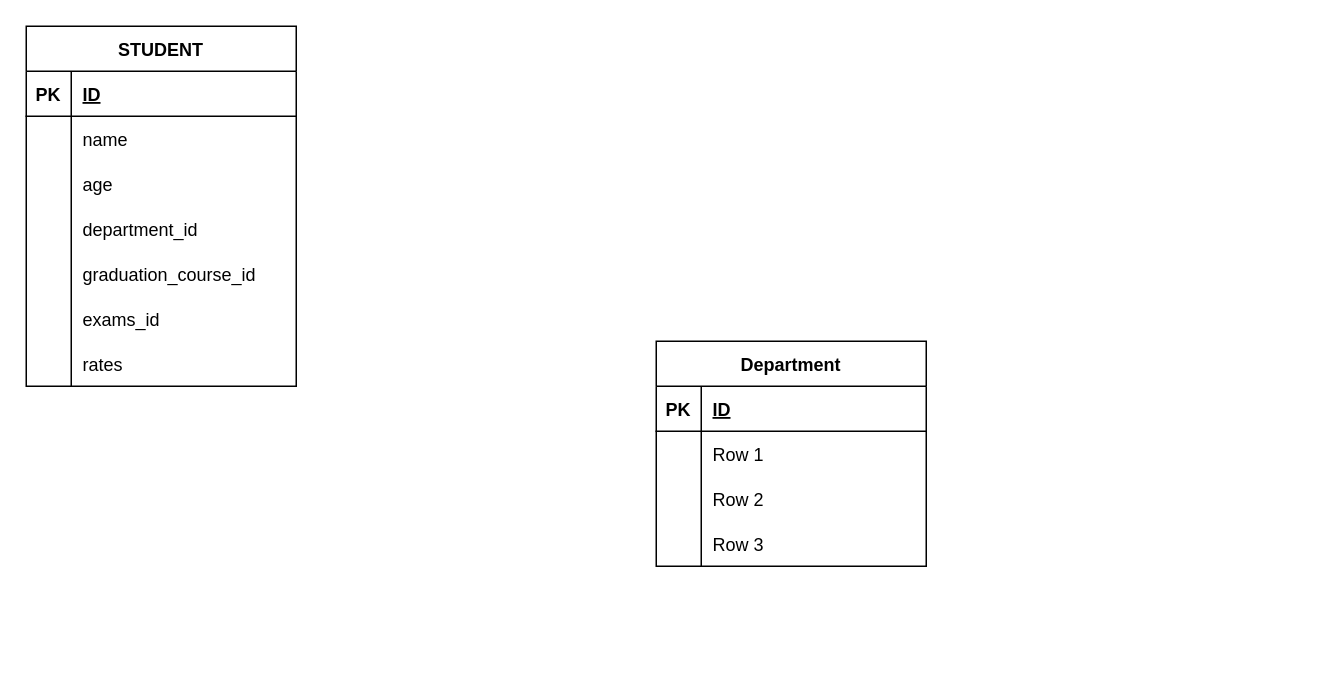
The draw.io diagram ex.drawio in feffe17/db-university, before the edit. Source tidied: cells renumbered, new cells numbered last; positions are measured from the earlier drawing's top-left corner, leaving out a move shared by most shapes. Both pictures are drawn from the tidied source at 150%, with x=0, y=0 at pixel (26, 26).
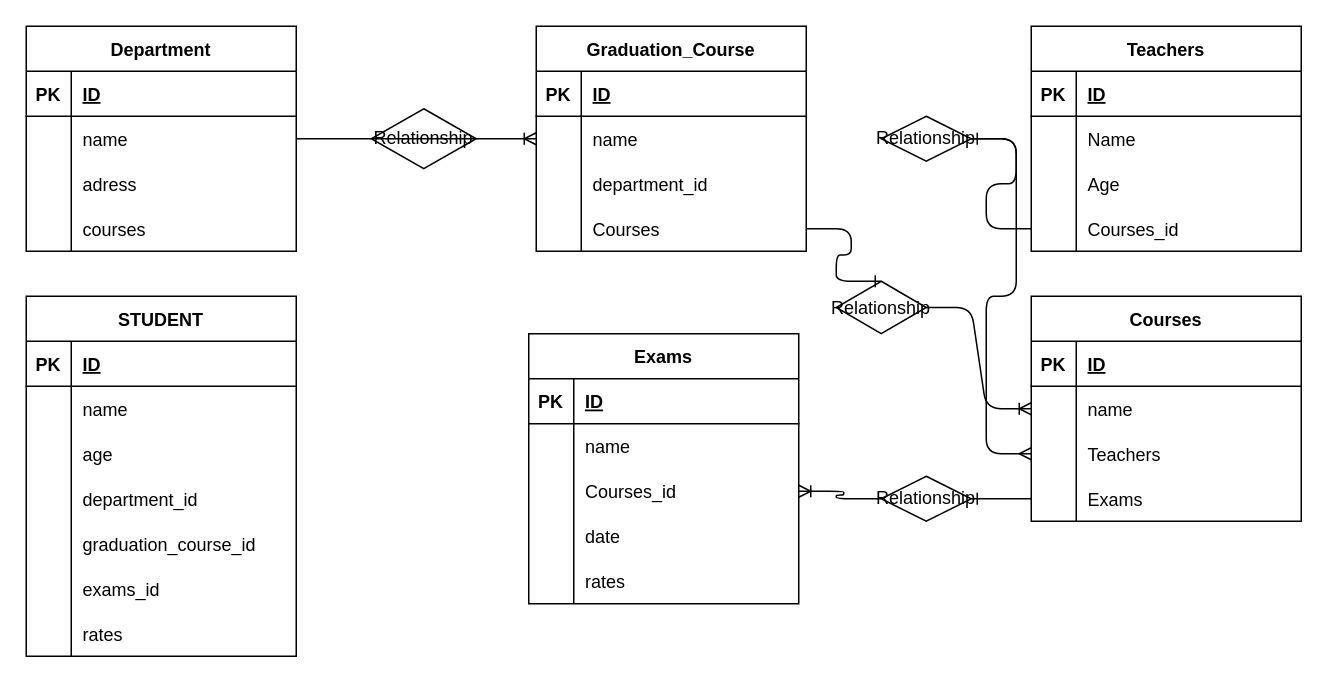
The same page after the edit.

Unchanged cells that the change refers to:
```xml
<mxCell id="28" style="shape=tableRow;horizontal=0;startSize=0;swimlaneHead=0;swimlaneBody=0;fillColor=none;points=[[0,0.5],[1,0.5]];portConstraint=eastwest;top=0;left=0;right=0;bottom=0;" parent="24" vertex="1">
  <mxGeometry y="60" width="180" height="30" as="geometry" />
</mxCell>
<mxCell id="31" style="shape=tableRow;horizontal=0;startSize=0;swimlaneHead=0;swimlaneBody=0;fillColor=none;top=0;left=0;right=0;bottom=0;" parent="24" vertex="1">
  <mxGeometry y="90" width="180" height="30" as="geometry" />
</mxCell>
<mxCell id="34" style="shape=tableRow;horizontal=0;startSize=0;swimlaneHead=0;swimlaneBody=0;fillColor=none;top=0;left=0;right=0;bottom=0;" parent="24" vertex="1">
  <mxGeometry y="120" width="180" height="30" as="geometry" />
</mxCell>
```

What changed in the source:
```diff
@@
     <mxCell id="2" value="STUDENT" style="shape=table;startSize=30;childLayout=tableLayout;rowLines=0;fontStyle=1;align=center;" parent="1" vertex="1">
-      <mxGeometry width="180" height="240" as="geometry" />
+      <mxGeometry y="180" width="180" height="240" as="geometry" />
     </mxCell>
@@
     <mxCell id="24" value="Department" style="shape=table;startSize=30;childLayout=tableLayout;rowLines=0;fontStyle=1;align=center;" parent="1" vertex="1">
-      <mxGeometry x="420" y="210" width="180" height="150" as="geometry" />
+      <mxGeometry width="180" height="150" as="geometry" />
     </mxCell>
@@
-    <mxCell id="30" value="Row 1" style="shape=partialRectangle;fillColor=none;top=0;left=0;bottom=0;right=0;align=left;spacingLeft=6;overflow=hidden;" parent="28" vertex="1">
+    <mxCell id="30" value="name" style="shape=partialRectangle;fillColor=none;top=0;left=0;bottom=0;right=0;align=left;spacingLeft=6;overflow=hidden;" parent="28" vertex="1">
       <mxGeometry x="30" width="150" height="30" as="geometry" />
     </mxCell>
@@
-    <mxCell id="33" value="Row 2" style="shape=partialRectangle;fillColor=none;top=0;left=0;bottom=0;right=0;align=left;spacingLeft=6;overflow=hidden;" parent="31" vertex="1">
+    <mxCell id="33" value="adress" style="shape=partialRectangle;fillColor=none;top=0;left=0;bottom=0;right=0;align=left;spacingLeft=6;overflow=hidden;" parent="31" vertex="1">
       <mxGeometry x="30" width="150" height="30" as="geometry" />
     </mxCell>
@@
-    <mxCell id="36" value="Row 3" style="shape=partialRectangle;fillColor=none;top=0;left=0;bottom=0;right=0;align=left;spacingLeft=6;overflow=hidden;" parent="34" vertex="1">
+    <mxCell id="36" value="courses" style="shape=partialRectangle;fillColor=none;top=0;left=0;bottom=0;right=0;align=left;spacingLeft=6;overflow=hidden;" parent="34" vertex="1">
       <mxGeometry x="30" width="150" height="30" as="geometry" />
     </mxCell>
+    <mxCell id="37" value="Graduation_Course" style="shape=table;startSize=30;childLayout=tableLayout;rowLines=0;fontStyle=1;align=center;" parent="1" vertex="1">
+      <mxGeometry x="340" width="180" height="150" as="geometry" />
+    </mxCell>
+    <mxCell id="38" style="shape=tableRow;horizontal=0;startSize=0;swimlaneHead=0;swimlaneBody=0;fillColor=none;top=0;left=0;right=0;bottom=1;" parent="37" vertex="1">
+      <mxGeometry y="30" width="180" height="30" as="geometry" />
+    </mxCell>
+    <mxCell id="39" value="PK" style="shape=partialRectangle;fillColor=none;top=0;left=0;bottom=0;right=0;fontStyle=1;overflow=hidden;" parent="38" vertex="1">
+      <mxGeometry width="30" height="30" as="geometry" />
+    </mxCell>
+    <mxCell id="40" value="ID" style="shape=partialRectangle;fillColor=none;top=0;left=0;bottom=0;right=0;align=left;spacingLeft=6;fontStyle=5;overflow=hidden;" parent="38" vertex="1">
+      <mxGeometry x="30" width="150" height="30" as="geometry" />
+    </mxCell>
+    <mxCell id="41" style="shape=tableRow;horizontal=0;startSize=0;swimlaneHead=0;swimlaneBody=0;fillColor=none;points=[[0,0.5],[1,0.5]];portConstraint=eastwest;top=0;left=0;right=0;bottom=0;" parent="37" vertex="1">
+      <mxGeometry y="60" width="180" height="30" as="geometry" />
+    </mxCell>
+    <mxCell id="42" style="shape=partialRectangle;fillColor=none;top=0;left=0;bottom=0;right=0;overflow=hidden;" parent="41" vertex="1">
+      <mxGeometry width="30" height="30" as="geometry" />
+    </mxCell>
+    <mxCell id="43" value="name" style="shape=partialRectangle;fillColor=none;top=0;left=0;bottom=0;right=0;align=left;spacingLeft=6;overflow=hidden;" parent="41" vertex="1">
+      <mxGeometry x="30" width="150" height="30" as="geometry" />
+    </mxCell>
+    <mxCell id="44" style="shape=tableRow;horizontal=0;startSize=0;swimlaneHead=0;swimlaneBody=0;fillColor=none;top=0;left=0;right=0;bottom=0;" parent="37" vertex="1">
+      <mxGeometry y="90" width="180" height="30" as="geometry" />
+    </mxCell>
+    <mxCell id="45" style="shape=partialRectangle;fillColor=none;top=0;left=0;bottom=0;right=0;overflow=hidden;" parent="44" vertex="1">
+      <mxGeometry width="30" height="30" as="geometry" />
+    </mxCell>
+    <mxCell id="46" value="department_id" style="shape=partialRectangle;fillColor=none;top=0;left=0;bottom=0;right=0;align=left;spacingLeft=6;overflow=hidden;" parent="44" vertex="1">
+      <mxGeometry x="30" width="150" height="30" as="geometry" />
+    </mxCell>
+    <mxCell id="47" style="shape=tableRow;horizontal=0;startSize=0;swimlaneHead=0;swimlaneBody=0;fillColor=none;points=[[0,0.5],[1,0.5]];portConstraint=eastwest;top=0;left=0;right=0;bottom=0;" parent="37" vertex="1">
+      <mxGeometry y="120" width="180" height="30" as="geometry" />
+    </mxCell>
+    <mxCell id="48" style="shape=partialRectangle;fillColor=none;top=0;left=0;bottom=0;right=0;overflow=hidden;" parent="47" vertex="1">
+      <mxGeometry width="30" height="30" as="geometry" />
+    </mxCell>
+    <mxCell id="49" value="Courses" style="shape=partialRectangle;fillColor=none;top=0;left=0;bottom=0;right=0;align=left;spacingLeft=6;overflow=hidden;" parent="47" vertex="1">
+      <mxGeometry x="30" width="150" height="30" as="geometry" />
+    </mxCell>
+    <mxCell id="50" value="Relationship" style="shape=rhombus;perimeter=rhombusPerimeter;whiteSpace=wrap;html=1;align=center;" parent="1" vertex="1">
+      <mxGeometry x="230" y="55" width="70" height="40" as="geometry" />
+    </mxCell>
+    <mxCell id="51" style="edgeStyle=entityRelationEdgeStyle;fontSize=12;html=1;endArrow=ERoneToMany;exitX=1;exitY=0.5;exitDx=0;exitDy=0;entryX=0;entryY=0.5;entryDx=0;entryDy=0;" parent="1" edge="1" source="28" target="41">
+      <mxGeometry relative="1" as="geometry" />
+    </mxCell>
+    <mxCell id="52" value="Courses" style="shape=table;startSize=30;childLayout=tableLayout;rowLines=0;fontStyle=1;align=center;" parent="1" vertex="1">
+      <mxGeometry x="670" y="180" width="180" height="150" as="geometry" />
+    </mxCell>
+    <mxCell id="53" style="shape=tableRow;horizontal=0;startSize=0;swimlaneHead=0;swimlaneBody=0;fillColor=none;top=0;left=0;right=0;bottom=1;" parent="52" vertex="1">
+      <mxGeometry y="30" width="180" height="30" as="geometry" />
+    </mxCell>
+    <mxCell id="54" value="PK" style="shape=partialRectangle;fillColor=none;top=0;left=0;bottom=0;right=0;fontStyle=1;overflow=hidden;" parent="53" vertex="1">
+      <mxGeometry width="30" height="30" as="geometry" />
+    </mxCell>
+    <mxCell id="55" value="ID" style="shape=partialRectangle;fillColor=none;top=0;left=0;bottom=0;right=0;align=left;spacingLeft=6;fontStyle=5;overflow=hidden;" parent="53" vertex="1">
+      <mxGeometry x="30" width="150" height="30" as="geometry" />
+    </mxCell>
+    <mxCell id="56" style="shape=tableRow;horizontal=0;startSize=0;swimlaneHead=0;swimlaneBody=0;fillColor=none;points=[[0,0.5],[1,0.5]];portConstraint=eastwest;top=0;left=0;right=0;bottom=0;" parent="52" vertex="1">
+      <mxGeometry y="60" width="180" height="30" as="geometry" />
+    </mxCell>
+    <mxCell id="57" style="shape=partialRectangle;fillColor=none;top=0;left=0;bottom=0;right=0;overflow=hidden;" parent="56" vertex="1">
+      <mxGeometry width="30" height="30" as="geometry" />
+    </mxCell>
+    <mxCell id="58" value="name" style="shape=partialRectangle;fillColor=none;top=0;left=0;bottom=0;right=0;align=left;spacingLeft=6;overflow=hidden;" parent="56" vertex="1">
+      <mxGeometry x="30" width="150" height="30" as="geometry" />
+    </mxCell>
+    <mxCell id="59" style="shape=tableRow;horizontal=0;startSize=0;swimlaneHead=0;swimlaneBody=0;fillColor=none;points=[[0,0.5],[1,0.5]];portConstraint=eastwest;top=0;left=0;right=0;bottom=0;" parent="52" vertex="1">
+      <mxGeometry y="90" width="180" height="30" as="geometry" />
+    </mxCell>
+    <mxCell id="60" style="shape=partialRectangle;fillColor=none;top=0;left=0;bottom=0;right=0;overflow=hidden;" parent="59" vertex="1">
+      <mxGeometry width="30" height="30" as="geometry" />
+    </mxCell>
+    <mxCell id="61" value="Teachers" style="shape=partialRectangle;fillColor=none;top=0;left=0;bottom=0;right=0;align=left;spacingLeft=6;overflow=hidden;" parent="59" vertex="1">
+      <mxGeometry x="30" width="150" height="30" as="geometry" />
+    </mxCell>
+    <mxCell id="62" style="shape=tableRow;horizontal=0;startSize=0;swimlaneHead=0;swimlaneBody=0;fillColor=none;points=[[0,0.5],[1,0.5]];portConstraint=eastwest;top=0;left=0;right=0;bottom=0;" parent="52" vertex="1">
+      <mxGeometry y="120" width="180" height="30" as="geometry" />
+    </mxCell>
+    <mxCell id="63" style="shape=partialRectangle;fillColor=none;top=0;left=0;bottom=0;right=0;overflow=hidden;" parent="62" vertex="1">
+      <mxGeometry width="30" height="30" as="geometry" />
+    </mxCell>
+    <mxCell id="64" value="Exams" style="shape=partialRectangle;fillColor=none;top=0;left=0;bottom=0;right=0;align=left;spacingLeft=6;overflow=hidden;" parent="62" vertex="1">
+      <mxGeometry x="30" width="150" height="30" as="geometry" />
+    </mxCell>
+    <mxCell id="65" value="Relationship" style="shape=rhombus;perimeter=rhombusPerimeter;whiteSpace=wrap;html=1;align=center;" parent="1" vertex="1">
+      <mxGeometry x="540" y="170" width="60" height="35" as="geometry" />
+    </mxCell>
+    <mxCell id="66" style="edgeStyle=entityRelationEdgeStyle;fontSize=12;html=1;endArrow=ERoneToMany;entryX=0;entryY=0.5;entryDx=0;entryDy=0;exitX=1;exitY=0.5;exitDx=0;exitDy=0;" parent="1" edge="1" source="65" target="56">
+      <mxGeometry relative="1" as="geometry" />
+    </mxCell>
+    <mxCell id="67" value="Teachers" style="shape=table;startSize=30;childLayout=tableLayout;rowLines=0;fontStyle=1;align=center;" parent="1" vertex="1">
+      <mxGeometry x="670" width="180" height="150" as="geometry" />
+    </mxCell>
+    <mxCell id="68" style="shape=tableRow;horizontal=0;startSize=0;swimlaneHead=0;swimlaneBody=0;fillColor=none;top=0;left=0;right=0;bottom=1;" parent="67" vertex="1">
+      <mxGeometry y="30" width="180" height="30" as="geometry" />
+    </mxCell>
+    <mxCell id="69" value="PK" style="shape=partialRectangle;fillColor=none;top=0;left=0;bottom=0;right=0;fontStyle=1;overflow=hidden;" parent="68" vertex="1">
+      <mxGeometry width="30" height="30" as="geometry" />
+    </mxCell>
+    <mxCell id="70" value="ID" style="shape=partialRectangle;fillColor=none;top=0;left=0;bottom=0;right=0;align=left;spacingLeft=6;fontStyle=5;overflow=hidden;" parent="68" vertex="1">
+      <mxGeometry x="30" width="150" height="30" as="geometry" />
+    </mxCell>
+    <mxCell id="71" style="shape=tableRow;horizontal=0;startSize=0;swimlaneHead=0;swimlaneBody=0;fillColor=none;top=0;left=0;right=0;bottom=0;" parent="67" vertex="1">
+      <mxGeometry y="60" width="180" height="30" as="geometry" />
+    </mxCell>
+    <mxCell id="72" style="shape=partialRectangle;fillColor=none;top=0;left=0;bottom=0;right=0;overflow=hidden;" parent="71" vertex="1">
+      <mxGeometry width="30" height="30" as="geometry" />
+    </mxCell>
+    <mxCell id="73" value="Name" style="shape=partialRectangle;fillColor=none;top=0;left=0;bottom=0;right=0;align=left;spacingLeft=6;overflow=hidden;" parent="71" vertex="1">
+      <mxGeometry x="30" width="150" height="30" as="geometry" />
+    </mxCell>
+    <mxCell id="74" style="shape=tableRow;horizontal=0;startSize=0;swimlaneHead=0;swimlaneBody=0;fillColor=none;top=0;left=0;right=0;bottom=0;" parent="67" vertex="1">
+      <mxGeometry y="90" width="180" height="30" as="geometry" />
+    </mxCell>
+    <mxCell id="75" style="shape=partialRectangle;fillColor=none;top=0;left=0;bottom=0;right=0;overflow=hidden;" parent="74" vertex="1">
+      <mxGeometry width="30" height="30" as="geometry" />
+    </mxCell>
+    <mxCell id="76" value="Age" style="shape=partialRectangle;fillColor=none;top=0;left=0;bottom=0;right=0;align=left;spacingLeft=6;overflow=hidden;" parent="74" vertex="1">
+      <mxGeometry x="30" width="150" height="30" as="geometry" />
+    </mxCell>
+    <mxCell id="77" style="shape=tableRow;horizontal=0;startSize=0;swimlaneHead=0;swimlaneBody=0;fillColor=none;points=[[0,0.5],[1,0.5]];portConstraint=eastwest;top=0;left=0;right=0;bottom=0;" parent="67" vertex="1">
+      <mxGeometry y="120" width="180" height="30" as="geometry" />
+    </mxCell>
+    <mxCell id="78" style="shape=partialRectangle;fillColor=none;top=0;left=0;bottom=0;right=0;overflow=hidden;" parent="77" vertex="1">
+      <mxGeometry width="30" height="30" as="geometry" />
+    </mxCell>
+    <mxCell id="79" value="Courses_id" style="shape=partialRectangle;fillColor=none;top=0;left=0;bottom=0;right=0;align=left;spacingLeft=6;overflow=hidden;" parent="77" vertex="1">
+      <mxGeometry x="30" width="150" height="30" as="geometry" />
+    </mxCell>
+    <mxCell id="80" value="Relationship" style="shape=rhombus;perimeter=rhombusPerimeter;whiteSpace=wrap;html=1;align=center;" parent="1" vertex="1">
+      <mxGeometry x="570" y="60" width="60" height="30" as="geometry" />
+    </mxCell>
+    <mxCell id="81" style="edgeStyle=entityRelationEdgeStyle;fontSize=12;html=1;endArrow=ERmany;entryX=0;entryY=0.5;entryDx=0;entryDy=0;exitX=1;exitY=0.5;exitDx=0;exitDy=0;" parent="1" edge="1" source="80" target="59">
+      <mxGeometry relative="1" as="geometry" />
+    </mxCell>
+    <mxCell id="82" style="edgeStyle=entityRelationEdgeStyle;fontSize=12;html=1;endArrow=ERone;endFill=1;exitX=0;exitY=0.5;exitDx=0;exitDy=0;entryX=1;entryY=0.5;entryDx=0;entryDy=0;" parent="1" edge="1" source="77" target="80">
+      <mxGeometry relative="1" as="geometry" />
+    </mxCell>
+    <mxCell id="83" style="edgeStyle=entityRelationEdgeStyle;fontSize=12;html=1;endArrow=ERone;endFill=1;exitX=1;exitY=0.5;exitDx=0;exitDy=0;entryX=0.5;entryY=0;entryDx=0;entryDy=0;" parent="1" edge="1" source="47" target="65">
+      <mxGeometry relative="1" as="geometry" />
+    </mxCell>
+    <mxCell id="84" value="Exams" style="shape=table;startSize=30;childLayout=tableLayout;rowLines=0;fontStyle=1;align=center;" parent="1" vertex="1">
+      <mxGeometry x="335" y="205" width="180" height="180" as="geometry" />
+    </mxCell>
+    <mxCell id="85" style="shape=tableRow;horizontal=0;startSize=0;swimlaneHead=0;swimlaneBody=0;fillColor=none;top=0;left=0;right=0;bottom=1;" parent="84" vertex="1">
+      <mxGeometry y="30" width="180" height="30" as="geometry" />
+    </mxCell>
+    <mxCell id="86" value="PK" style="shape=partialRectangle;fillColor=none;top=0;left=0;bottom=0;right=0;fontStyle=1;overflow=hidden;" parent="85" vertex="1">
+      <mxGeometry width="30" height="30" as="geometry" />
+    </mxCell>
+    <mxCell id="87" value="ID" style="shape=partialRectangle;fillColor=none;top=0;left=0;bottom=0;right=0;align=left;spacingLeft=6;fontStyle=5;overflow=hidden;" parent="85" vertex="1">
+      <mxGeometry x="30" width="150" height="30" as="geometry" />
+    </mxCell>
+    <mxCell id="88" style="shape=tableRow;horizontal=0;startSize=0;swimlaneHead=0;swimlaneBody=0;fillColor=none;top=0;left=0;right=0;bottom=0;" parent="84" vertex="1">
+      <mxGeometry y="60" width="180" height="30" as="geometry" />
+    </mxCell>
+    <mxCell id="89" style="shape=partialRectangle;fillColor=none;top=0;left=0;bottom=0;right=0;overflow=hidden;" parent="88" vertex="1">
+      <mxGeometry width="30" height="30" as="geometry" />
+    </mxCell>
+    <mxCell id="90" value="name" style="shape=partialRectangle;fillColor=none;top=0;left=0;bottom=0;right=0;align=left;spacingLeft=6;overflow=hidden;" parent="88" vertex="1">
+      <mxGeometry x="30" width="150" height="30" as="geometry" />
+    </mxCell>
+    <mxCell id="91" style="shape=tableRow;horizontal=0;startSize=0;swimlaneHead=0;swimlaneBody=0;fillColor=none;points=[[0,0.5],[1,0.5]];portConstraint=eastwest;top=0;left=0;right=0;bottom=0;" parent="84" vertex="1">
+      <mxGeometry y="90" width="180" height="30" as="geometry" />
+    </mxCell>
+    <mxCell id="92" style="shape=partialRectangle;fillColor=none;top=0;left=0;bottom=0;right=0;overflow=hidden;" parent="91" vertex="1">
+      <mxGeometry width="30" height="30" as="geometry" />
+    </mxCell>
+    <mxCell id="93" value="Courses_id" style="shape=partialRectangle;fillColor=none;top=0;left=0;bottom=0;right=0;align=left;spacingLeft=6;overflow=hidden;" parent="91" vertex="1">
+      <mxGeometry x="30" width="150" height="30" as="geometry" />
+    </mxCell>
+    <mxCell id="94" style="shape=tableRow;horizontal=0;startSize=0;swimlaneHead=0;swimlaneBody=0;fillColor=none;top=0;left=0;right=0;bottom=0;" parent="84" vertex="1">
+      <mxGeometry y="120" width="180" height="30" as="geometry" />
+    </mxCell>
+    <mxCell id="95" style="shape=partialRectangle;fillColor=none;top=0;left=0;bottom=0;right=0;overflow=hidden;" parent="94" vertex="1">
+      <mxGeometry width="30" height="30" as="geometry" />
+    </mxCell>
+    <mxCell id="96" value="date" style="shape=partialRectangle;fillColor=none;top=0;left=0;bottom=0;right=0;align=left;spacingLeft=6;overflow=hidden;" parent="94" vertex="1">
+      <mxGeometry x="30" width="150" height="30" as="geometry" />
+    </mxCell>
+    <mxCell id="97" style="shape=tableRow;horizontal=0;startSize=0;swimlaneHead=0;swimlaneBody=0;fillColor=none;top=0;left=0;right=0;bottom=0;" parent="84" vertex="1">
+      <mxGeometry y="150" width="180" height="30" as="geometry" />
+    </mxCell>
+    <mxCell id="98" style="shape=partialRectangle;fillColor=none;top=0;left=0;bottom=0;right=0;overflow=hidden;" parent="97" vertex="1">
+      <mxGeometry width="30" height="30" as="geometry" />
+    </mxCell>
+    <mxCell id="99" value="rates" style="shape=partialRectangle;fillColor=none;top=0;left=0;bottom=0;right=0;align=left;spacingLeft=6;overflow=hidden;" parent="97" vertex="1">
+      <mxGeometry x="30" width="150" height="30" as="geometry" />
+    </mxCell>
+    <mxCell id="100" style="edgeStyle=entityRelationEdgeStyle;fontSize=12;html=1;endArrow=ERone;endFill=1;exitX=0;exitY=0.5;exitDx=0;exitDy=0;" parent="1" edge="1" source="62" target="101">
+      <mxGeometry relative="1" as="geometry" />
+    </mxCell>
+    <mxCell id="101" value="Relationship" style="shape=rhombus;perimeter=rhombusPerimeter;whiteSpace=wrap;html=1;align=center;" parent="1" vertex="1">
+      <mxGeometry x="570" y="300" width="60" height="30" as="geometry" />
+    </mxCell>
+    <mxCell id="102" style="edgeStyle=entityRelationEdgeStyle;fontSize=12;html=1;endArrow=ERoneToMany;exitX=0;exitY=0.5;exitDx=0;exitDy=0;entryX=1;entryY=0.5;entryDx=0;entryDy=0;" parent="1" edge="1" source="101" target="91">
+      <mxGeometry relative="1" as="geometry" />
+    </mxCell>
```
